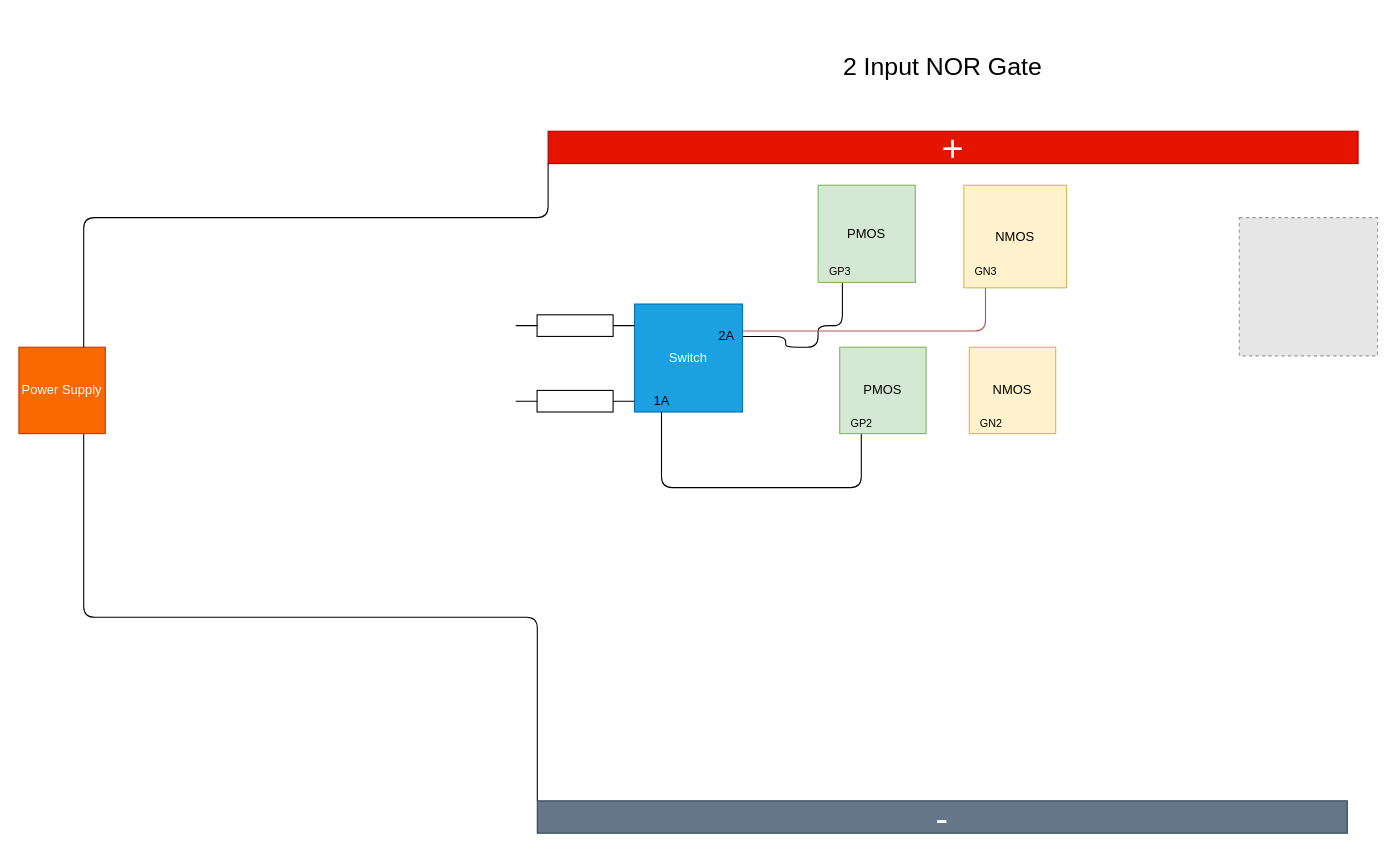
This is page "Page-2" (2 of 5) of Untitled Diagram.drawio from jamesma123/freeCodeCamp, a draw.io file, before an edit. Source tidied: cells renumbered, new cells numbered last; positions are measured from the earlier drawing's top-left corner, leaving out a move shared by most shapes. Both pictures are drawn from the tidied source at 108%, with x=0, y=0 at pixel (18, 55). Pictures stored in the file or linked from it are replaced by grey dashed boxes.
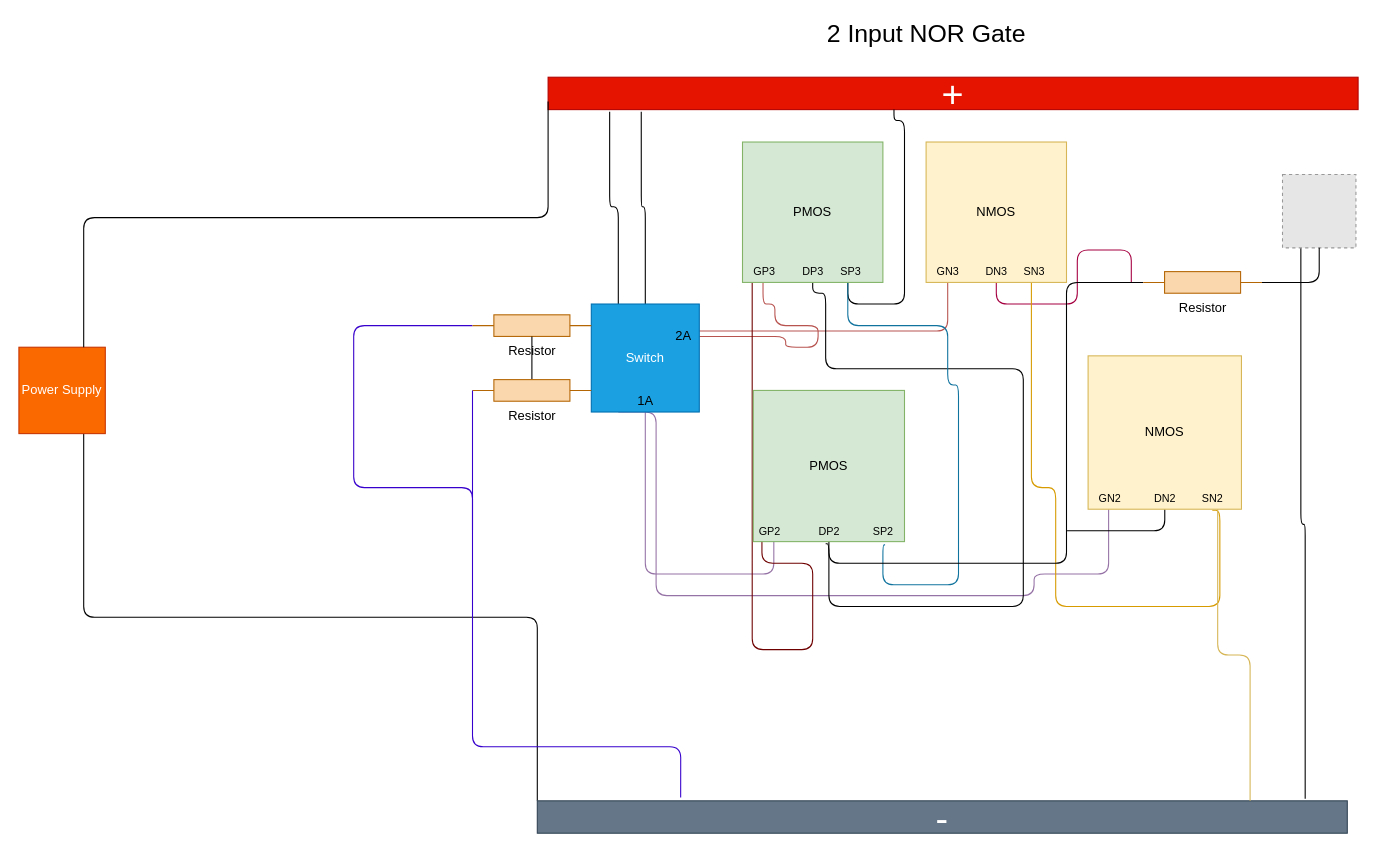
Above is the later version.

The change refers to these unchanged cells:
```xml
<mxCell id="4" value="Power Supply" style="whiteSpace=wrap;html=1;labelBackgroundColor=none;fillColor=#fa6800;strokeColor=#C73500;fontColor=#ffffff;" parent="1" vertex="1">
  <mxGeometry y="270" width="80" height="80" as="geometry" />
</mxCell>
<mxCell id="5" value="&lt;font style=&quot;font-size: 35px&quot;&gt;-&lt;/font&gt;" style="rounded=0;whiteSpace=wrap;html=1;fillColor=#647687;strokeColor=#314354;fontColor=#ffffff;" parent="1" vertex="1">
  <mxGeometry x="480" y="690" width="750" height="30" as="geometry" />
</mxCell>
```

What changed in the source:
```diff
@@
     <mxCell id="2" value="&lt;font style=&quot;font-size: 23px&quot;&gt;2 Input NOR Gate&lt;/font&gt;" style="text;html=1;align=center;verticalAlign=middle;fillColor=none;strokeColor=none;rounded=0;labelBackgroundColor=none;" parent="1" vertex="1">
-      <mxGeometry x="755" width="200" height="20" as="geometry" />
+      <mxGeometry x="740" y="-30" width="200" height="20" as="geometry" />
     </mxCell>
@@
     <mxCell id="6" value="&lt;span style=&quot;font-size: 35px&quot;&gt;+&lt;/span&gt;" style="rounded=0;whiteSpace=wrap;html=1;fillColor=#e51400;strokeColor=#B20000;fontColor=#ffffff;" parent="1" vertex="1">
-      <mxGeometry x="490" y="70" width="750" height="30" as="geometry" />
+      <mxGeometry x="490" y="20" width="750" height="30" as="geometry" />
     </mxCell>
-    <mxCell id="7" style="edgeStyle=elbowEdgeStyle;rounded=1;jettySize=auto;elbow=vertical;html=1;exitX=0.25;exitY=1;exitDx=0;exitDy=0;endArrow=none;endFill=0;entryX=0.25;entryY=1;entryDx=0;entryDy=0;" parent="1" edge="1" source="10" target="15">
+    <mxCell id="7" style="edgeStyle=elbowEdgeStyle;rounded=1;jettySize=auto;elbow=vertical;html=1;exitX=0.5;exitY=1;exitDx=0;exitDy=0;endArrow=none;endFill=0;fillColor=#e1d5e7;strokeColor=#9673a6;" parent="1" edge="1" source="10">
       <mxGeometry relative="1" as="geometry">
+        <mxPoint x="699" y="450" as="targetPoint" />
         <Array as="points">
-          <mxPoint x="670" y="400" />
+          <mxPoint x="680" y="480" />
+          <mxPoint x="650" y="470" />
         </Array>
       </mxGeometry>
     </mxCell>
-    <mxCell id="8" style="edgeStyle=orthogonalEdgeStyle;rounded=1;jettySize=auto;elbow=vertical;html=1;endArrow=none;endFill=0;exitX=1;exitY=0.5;exitDx=0;exitDy=0;exitPerimeter=0;entryX=0.25;entryY=1;entryDx=0;entryDy=0;" parent="1" edge="1" source="12" target="13">
+    <mxCell id="8" style="edgeStyle=orthogonalEdgeStyle;rounded=1;jettySize=auto;elbow=vertical;html=1;endArrow=none;endFill=0;exitX=1;exitY=0.5;exitDx=0;exitDy=0;exitPerimeter=0;fillColor=#f8cecc;strokeColor=#b85450;" parent="1" edge="1" source="12">
       <mxGeometry relative="1" as="geometry">
+        <mxPoint x="689" y="210" as="targetPoint" />
         <Array as="points">
           <mxPoint x="710" y="260" />
           <mxPoint x="710" y="270" />
           <mxPoint x="740" y="270" />
           <mxPoint x="740" y="250" />
-          <mxPoint x="763" y="250" />
+          <mxPoint x="700" y="250" />
+          <mxPoint x="700" y="230" />
+          <mxPoint x="689" y="230" />
         </Array>
       </mxGeometry>
     </mxCell>
@@
+    <mxCell id="25" style="edgeStyle=orthogonalEdgeStyle;rounded=1;jettySize=auto;html=1;exitX=0.25;exitY=1;exitDx=0;exitDy=0;endArrow=none;endFill=0;fillColor=#e1d5e7;strokeColor=#9673a6;" parent="1" edge="1" source="10">
+      <mxGeometry relative="1" as="geometry">
+        <mxPoint x="1009" y="420" as="targetPoint" />
+        <Array as="points">
+          <mxPoint x="590" y="330" />
+          <mxPoint x="590" y="500" />
+          <mxPoint x="940" y="500" />
+          <mxPoint x="940" y="480" />
+          <mxPoint x="1009" y="480" />
+        </Array>
+      </mxGeometry>
+    </mxCell>
+    <mxCell id="26" style="edgeStyle=orthogonalEdgeStyle;rounded=1;jettySize=auto;html=1;exitX=0.25;exitY=0;exitDx=0;exitDy=0;entryX=0.076;entryY=1.067;entryDx=0;entryDy=0;entryPerimeter=0;endArrow=none;endFill=0;" parent="1" edge="1" source="10" target="6">
+      <mxGeometry relative="1" as="geometry" />
+    </mxCell>
+    <mxCell id="27" style="edgeStyle=orthogonalEdgeStyle;rounded=1;jettySize=auto;html=1;exitX=0.5;exitY=0;exitDx=0;exitDy=0;endArrow=none;endFill=0;entryX=0.115;entryY=1.067;entryDx=0;entryDy=0;entryPerimeter=0;" parent="1" edge="1" source="10" target="6">
+      <mxGeometry relative="1" as="geometry" />
+    </mxCell>
     <mxCell id="10" value="Switch" style="whiteSpace=wrap;html=1;labelBackgroundColor=none;fillColor=#1ba1e2;strokeColor=#006EAF;fontColor=#ffffff;" parent="1" vertex="1">
-      <mxGeometry x="570" y="230" width="100" height="100" as="geometry" />
+      <mxGeometry x="530" y="230" width="100" height="100" as="geometry" />
     </mxCell>
     <mxCell id="11" value="1A" style="text;html=1;align=center;verticalAlign=middle;fillColor=none;strokeColor=none;rounded=0;labelBackgroundColor=none;" parent="1" vertex="1">
-      <mxGeometry x="580" y="310" width="30" height="20" as="geometry" />
+      <mxGeometry x="565" y="310" width="30" height="20" as="geometry" />
     </mxCell>
     <mxCell id="12" value="2A" style="text;html=1;align=center;verticalAlign=middle;points=[];fillColor=none;strokeColor=none;rounded=0;labelBackgroundColor=none;" parent="1" vertex="1">
-      <mxGeometry x="640" y="250" width="30" height="20" as="geometry" />
+      <mxGeometry x="600" y="250" width="30" height="20" as="geometry" />
     </mxCell>
+    <mxCell id="28" style="edgeStyle=orthogonalEdgeStyle;rounded=1;jettySize=auto;html=1;exitX=0.75;exitY=1;exitDx=0;exitDy=0;entryX=0.427;entryY=1;entryDx=0;entryDy=0;entryPerimeter=0;endArrow=none;endFill=0;" parent="1" edge="1" source="13" target="6">
+      <mxGeometry relative="1" as="geometry" />
+    </mxCell>
+    <mxCell id="29" style="edgeStyle=orthogonalEdgeStyle;rounded=1;jettySize=auto;html=1;exitX=0.069;exitY=1;exitDx=0;exitDy=0;endArrow=none;endFill=0;entryX=0.325;entryY=0.95;entryDx=0;entryDy=0;entryPerimeter=0;fillColor=#a20025;strokeColor=#6F0000;exitPerimeter=0;" parent="1" edge="1" source="13" target="21">
+      <mxGeometry relative="1" as="geometry">
+        <Array as="points">
+          <mxPoint x="679" y="550" />
+          <mxPoint x="735" y="550" />
+          <mxPoint x="735" y="470" />
+          <mxPoint x="688" y="470" />
+        </Array>
+      </mxGeometry>
+    </mxCell>
+    <mxCell id="30" style="edgeStyle=orthogonalEdgeStyle;rounded=1;jettySize=auto;html=1;exitX=0.5;exitY=1;exitDx=0;exitDy=0;endArrow=none;endFill=0;" parent="1" edge="1" source="13">
+      <mxGeometry relative="1" as="geometry">
+        <mxPoint x="747" y="452" as="targetPoint" />
+        <Array as="points">
+          <mxPoint x="735" y="220" />
+          <mxPoint x="747" y="220" />
+          <mxPoint x="747" y="290" />
+          <mxPoint x="930" y="290" />
+          <mxPoint x="930" y="510" />
+          <mxPoint x="750" y="510" />
+          <mxPoint x="750" y="452" />
+        </Array>
+      </mxGeometry>
+    </mxCell>
+    <mxCell id="31" style="edgeStyle=orthogonalEdgeStyle;rounded=1;jettySize=auto;html=1;exitX=0.75;exitY=1;exitDx=0;exitDy=0;endArrow=none;endFill=0;entryX=0.567;entryY=1.15;entryDx=0;entryDy=0;entryPerimeter=0;fillColor=#b1ddf0;strokeColor=#10739e;" parent="1" edge="1" source="13" target="44">
+      <mxGeometry relative="1" as="geometry">
+        <Array as="points">
+          <mxPoint x="768" y="250" />
+          <mxPoint x="860" y="250" />
+          <mxPoint x="860" y="305" />
+          <mxPoint x="870" y="305" />
+          <mxPoint x="870" y="490" />
+          <mxPoint x="800" y="490" />
+          <mxPoint x="800" y="453" />
+        </Array>
+      </mxGeometry>
+    </mxCell>
     <mxCell id="13" value="PMOS" style="whiteSpace=wrap;html=1;labelBackgroundColor=none;fillColor=#d5e8d4;strokeColor=#82b366;" parent="1" vertex="1">
-      <mxGeometry x="740" y="120" width="90" height="90" as="geometry" />
+      <mxGeometry x="670" y="80" width="130" height="130" as="geometry" />
     </mxCell>
+    <mxCell id="32" style="edgeStyle=orthogonalEdgeStyle;rounded=1;jettySize=auto;html=1;exitX=0.5;exitY=1;exitDx=0;exitDy=0;endArrow=none;endFill=0;fillColor=#d80073;strokeColor=#A50040;" parent="1" edge="1" source="14">
+      <mxGeometry relative="1" as="geometry">
+        <mxPoint x="1030" y="210" as="targetPoint" />
+        <Array as="points">
+          <mxPoint x="905" y="230" />
+          <mxPoint x="980" y="230" />
+          <mxPoint x="980" y="180" />
+          <mxPoint x="1030" y="180" />
+        </Array>
+      </mxGeometry>
+    </mxCell>
+    <mxCell id="33" style="edgeStyle=orthogonalEdgeStyle;rounded=1;jettySize=auto;html=1;exitX=0.75;exitY=1;exitDx=0;exitDy=0;endArrow=none;endFill=0;entryX=0.5;entryY=1.05;entryDx=0;entryDy=0;entryPerimeter=0;fillColor=#ffcd28;strokeColor=#d79b00;gradientColor=#ffa500;" parent="1" edge="1" source="14" target="46">
+      <mxGeometry relative="1" as="geometry">
+        <Array as="points">
+          <mxPoint x="938" y="400" />
+          <mxPoint x="960" y="400" />
+          <mxPoint x="960" y="510" />
+          <mxPoint x="1112" y="510" />
+          <mxPoint x="1112" y="421" />
+        </Array>
+      </mxGeometry>
+    </mxCell>
     <mxCell id="14" value="NMOS" style="whiteSpace=wrap;html=1;labelBackgroundColor=none;fillColor=#fff2cc;strokeColor=#d6b656;" parent="1" vertex="1">
-      <mxGeometry x="875" y="120" width="95" height="95" as="geometry" />
+      <mxGeometry x="840" y="80" width="130" height="130" as="geometry" />
     </mxCell>
+    <mxCell id="34" style="edgeStyle=orthogonalEdgeStyle;rounded=1;jettySize=auto;html=1;exitX=0.5;exitY=1;exitDx=0;exitDy=0;endArrow=none;endFill=0;entryX=0;entryY=0.5;entryDx=0;entryDy=0;entryPerimeter=0;" parent="1" edge="1" source="15" target="50">
+      <mxGeometry relative="1" as="geometry">
+        <Array as="points">
+          <mxPoint x="750" y="470" />
+          <mxPoint x="970" y="470" />
+          <mxPoint x="970" y="210" />
+        </Array>
+      </mxGeometry>
+    </mxCell>
     <mxCell id="15" value="PMOS" style="whiteSpace=wrap;html=1;labelBackgroundColor=none;fillColor=#d5e8d4;strokeColor=#82b366;" parent="1" vertex="1">
-      <mxGeometry x="760" y="270" width="80" height="80" as="geometry" />
+      <mxGeometry x="680" y="310" width="140" height="140" as="geometry" />
     </mxCell>
+    <mxCell id="35" style="edgeStyle=orthogonalEdgeStyle;rounded=1;jettySize=auto;html=1;entryX=0.88;entryY=0;entryDx=0;entryDy=0;entryPerimeter=0;endArrow=none;endFill=0;exitX=0.845;exitY=1;exitDx=0;exitDy=0;exitPerimeter=0;fillColor=#fff2cc;strokeColor=#d6b656;" parent="1" edge="1" source="16" target="5">
+      <mxGeometry relative="1" as="geometry" />
+    </mxCell>
+    <mxCell id="36" style="edgeStyle=orthogonalEdgeStyle;rounded=1;jettySize=auto;html=1;exitX=0.5;exitY=1;exitDx=0;exitDy=0;endArrow=none;endFill=0;" parent="1" edge="1" source="16">
+      <mxGeometry relative="1" as="geometry">
+        <mxPoint x="970" y="440" as="targetPoint" />
+      </mxGeometry>
+    </mxCell>
     <mxCell id="16" value="NMOS" style="whiteSpace=wrap;html=1;labelBackgroundColor=none;fillColor=#fff2cc;strokeColor=#d6b656;" parent="1" vertex="1">
-      <mxGeometry x="880" y="270" width="80" height="80" as="geometry" />
+      <mxGeometry x="990" y="278" width="142" height="142" as="geometry" />
     </mxCell>
+    <mxCell id="37" style="edgeStyle=orthogonalEdgeStyle;rounded=1;jettySize=auto;html=1;exitX=0.25;exitY=1;exitDx=0;exitDy=0;entryX=0.948;entryY=-0.067;entryDx=0;entryDy=0;entryPerimeter=0;endArrow=none;endFill=0;" parent="1" edge="1" source="17" target="5">
+      <mxGeometry relative="1" as="geometry" />
+    </mxCell>
     <mxCell id="17" style="fillColor=#E6E6E6;strokeColor=#999999;dashed=1;html=1;verticalAlign=top;verticalLabelPosition=bottom;labelBackgroundColor=#ffffff;" parent="1" vertex="1">
-      <mxGeometry x="1130" y="150" width="128" height="128" as="geometry" />
+      <mxGeometry x="1170" y="110" width="68" height="68" as="geometry" />
     </mxCell>
-    <mxCell id="18" style="verticalLabelPosition=bottom;shadow=0;dashed=0;align=center;html=1;verticalAlign=top;shape=mxgraph.electrical.resistors.resistor_1;labelBackgroundColor=none;fillColor=#ffffff;gradientColor=none;" parent="1" vertex="1">
-      <mxGeometry x="460" y="310" width="110" height="20" as="geometry" />
-    </mxCell>
+    <mxCell id="38" style="edgeStyle=orthogonalEdgeStyle;rounded=1;jettySize=auto;html=1;exitX=0;exitY=0.5;exitDx=0;exitDy=0;exitPerimeter=0;endArrow=none;endFill=0;fillColor=#6a00ff;strokeColor=#3700CC;" parent="1" edge="1" source="19">
+      <mxGeometry relative="1" as="geometry">
+        <mxPoint x="420" y="440" as="targetPoint" />
+        <Array as="points">
+          <mxPoint x="310" y="250" />
+          <mxPoint x="310" y="400" />
+          <mxPoint x="420" y="400" />
+        </Array>
+      </mxGeometry>
+    </mxCell>
-    <mxCell id="19" style="verticalLabelPosition=bottom;shadow=0;dashed=0;align=center;html=1;verticalAlign=top;shape=mxgraph.electrical.resistors.resistor_1;labelBackgroundColor=none;fillColor=#ffffff;gradientColor=none;" parent="1" vertex="1">
-      <mxGeometry x="460" y="240" width="110" height="20" as="geometry" />
+    <mxCell id="19" value="Resistor" style="verticalLabelPosition=bottom;shadow=0;dashed=0;align=center;html=1;verticalAlign=top;shape=mxgraph.electrical.resistors.resistor_1;labelBackgroundColor=none;fillColor=#fad7ac;strokeColor=#b46504;" parent="1" vertex="1">
+      <mxGeometry x="420" y="240" width="110" height="20" as="geometry" />
     </mxCell>
     <mxCell id="20" value="&lt;font style=&quot;font-size: 10px&quot;&gt;GP3&lt;/font&gt;" style="text;html=1;align=center;verticalAlign=middle;fillColor=none;strokeColor=none;rounded=0;labelBackgroundColor=none;" parent="1" vertex="1">
-      <mxGeometry x="740" y="190" width="40" height="20" as="geometry" />
+      <mxGeometry x="670" y="190" width="40" height="20" as="geometry" />
     </mxCell>
     <mxCell id="21" value="&lt;font style=&quot;font-size: 10px&quot;&gt;GP2&lt;/font&gt;" style="text;html=1;align=center;verticalAlign=middle;points=[];fillColor=none;strokeColor=none;rounded=0;labelBackgroundColor=none;" parent="1" vertex="1">
-      <mxGeometry x="760" y="330" width="40" height="20" as="geometry" />
+      <mxGeometry x="675" y="430" width="40" height="20" as="geometry" />
     </mxCell>
-    <mxCell id="22" style="edgeStyle=elbowEdgeStyle;rounded=1;jettySize=auto;elbow=vertical;html=1;exitX=0.75;exitY=0;exitDx=0;exitDy=0;endArrow=none;endFill=0;" parent="1" edge="1" source="4">
+    <mxCell id="22" style="edgeStyle=elbowEdgeStyle;rounded=1;jettySize=auto;elbow=vertical;html=1;exitX=0.75;exitY=0;exitDx=0;exitDy=0;endArrow=none;endFill=0;entryX=0;entryY=0.75;entryDx=0;entryDy=0;" parent="1" edge="1" source="4" target="6">
       <mxGeometry relative="1" as="geometry">
-        <mxPoint x="490" y="100" as="targetPoint" />
         <Array as="points">
           <mxPoint x="230" y="150" />
           <mxPoint x="520" y="280" />
         </Array>
       </mxGeometry>
     </mxCell>
     <mxCell id="23" value="&lt;font style=&quot;font-size: 10px&quot;&gt;GN3&lt;/font&gt;" style="text;html=1;align=center;verticalAlign=middle;points=[];fillColor=none;strokeColor=none;rounded=0;labelBackgroundColor=none;" parent="1" vertex="1">
-      <mxGeometry x="875" y="190" width="40" height="20" as="geometry" />
+      <mxGeometry x="840" y="190" width="40" height="20" as="geometry" />
     </mxCell>
     <mxCell id="24" value="&lt;font style=&quot;font-size: 10px&quot;&gt;GN2&lt;/font&gt;" style="text;html=1;align=center;verticalAlign=middle;fillColor=none;strokeColor=none;rounded=0;labelBackgroundColor=none;" parent="1" vertex="1">
-      <mxGeometry x="880" y="330" width="40" height="20" as="geometry" />
+      <mxGeometry x="990" y="400" width="40" height="20" as="geometry" />
     </mxCell>
+    <mxCell id="39" value="&lt;font style=&quot;font-size: 10px&quot;&gt;DP3&lt;/font&gt;" style="text;html=1;align=center;verticalAlign=middle;fillColor=none;strokeColor=none;rounded=0;labelBackgroundColor=none;" parent="1" vertex="1">
+      <mxGeometry x="720" y="190" width="30" height="20" as="geometry" />
+    </mxCell>
+    <mxCell id="40" value="&lt;font style=&quot;font-size: 10px&quot;&gt;SP3&lt;/font&gt;" style="text;html=1;align=center;verticalAlign=middle;fillColor=none;strokeColor=none;rounded=0;labelBackgroundColor=none;" parent="1" vertex="1">
+      <mxGeometry x="755" y="190" width="30" height="20" as="geometry" />
+    </mxCell>
+    <mxCell id="41" value="&lt;font style=&quot;font-size: 10px&quot;&gt;DN3&lt;/font&gt;" style="text;html=1;align=center;verticalAlign=middle;fillColor=none;strokeColor=none;rounded=0;labelBackgroundColor=none;" parent="1" vertex="1">
+      <mxGeometry x="885" y="190" width="40" height="20" as="geometry" />
+    </mxCell>
+    <mxCell id="42" value="&lt;font style=&quot;font-size: 10px&quot;&gt;SN3&lt;/font&gt;" style="text;html=1;align=center;verticalAlign=middle;fillColor=none;strokeColor=none;rounded=0;labelBackgroundColor=none;" parent="1" vertex="1">
+      <mxGeometry x="925" y="190" width="30" height="20" as="geometry" />
+    </mxCell>
+    <mxCell id="43" value="&lt;font style=&quot;font-size: 10px&quot;&gt;DP2&lt;/font&gt;" style="text;html=1;align=center;verticalAlign=middle;fillColor=none;strokeColor=none;rounded=0;labelBackgroundColor=none;" parent="1" vertex="1">
+      <mxGeometry x="735" y="430" width="30" height="20" as="geometry" />
+    </mxCell>
+    <mxCell id="44" value="&lt;font style=&quot;font-size: 10px&quot;&gt;SP2&lt;/font&gt;" style="text;html=1;align=center;verticalAlign=middle;points=[];fillColor=none;strokeColor=none;rounded=0;labelBackgroundColor=none;" parent="1" vertex="1">
+      <mxGeometry x="785" y="430" width="30" height="20" as="geometry" />
+    </mxCell>
+    <mxCell id="45" value="&lt;font style=&quot;font-size: 10px&quot;&gt;DN2&lt;/font&gt;" style="text;html=1;align=center;verticalAlign=middle;fillColor=none;strokeColor=none;rounded=0;labelBackgroundColor=none;" parent="1" vertex="1">
+      <mxGeometry x="1041" y="400" width="40" height="20" as="geometry" />
+    </mxCell>
+    <mxCell id="46" value="&lt;font style=&quot;font-size: 10px&quot;&gt;SN2&lt;/font&gt;" style="text;html=1;align=center;verticalAlign=middle;points=[];fillColor=none;strokeColor=none;rounded=0;labelBackgroundColor=none;" parent="1" vertex="1">
+      <mxGeometry x="1090" y="400" width="30" height="20" as="geometry" />
+    </mxCell>
+    <mxCell id="47" style="edgeStyle=orthogonalEdgeStyle;rounded=1;jettySize=auto;html=1;endArrow=none;endFill=0;" parent="1" edge="1" source="18" target="19">
+      <mxGeometry relative="1" as="geometry" />
+    </mxCell>
+    <mxCell id="18" value="Resistor" style="verticalLabelPosition=bottom;shadow=0;dashed=0;align=center;html=1;verticalAlign=top;shape=mxgraph.electrical.resistors.resistor_1;labelBackgroundColor=none;fillColor=#fad7ac;strokeColor=#b46504;" parent="1" vertex="1">
+      <mxGeometry x="420" y="300" width="110" height="20" as="geometry" />
+    </mxCell>
+    <mxCell id="48" style="endArrow=none;html=1;edgeStyle=orthogonalEdgeStyle;entryX=0;entryY=0.5;entryDx=0;entryDy=0;entryPerimeter=0;exitX=0.177;exitY=-0.1;exitDx=0;exitDy=0;exitPerimeter=0;fillColor=#6a00ff;strokeColor=#3700CC;" parent="1" edge="1" source="5" target="18">
+      <mxGeometry relative="1" as="geometry">
+        <Array as="points">
+          <mxPoint x="613" y="640" />
+          <mxPoint x="420" y="640" />
+        </Array>
+      </mxGeometry>
+    </mxCell>
+    <mxCell id="49" style="edgeStyle=orthogonalEdgeStyle;rounded=1;jettySize=auto;html=1;endArrow=none;endFill=0;" parent="1" edge="1" source="50" target="17">
+      <mxGeometry relative="1" as="geometry" />
+    </mxCell>
+    <mxCell id="50" value="Resistor" style="verticalLabelPosition=bottom;shadow=0;dashed=0;align=center;html=1;verticalAlign=top;shape=mxgraph.electrical.resistors.resistor_1;labelBackgroundColor=none;fillColor=#fad7ac;strokeColor=#b46504;" parent="1" vertex="1">
+      <mxGeometry x="1041" y="200" width="110" height="20" as="geometry" />
+    </mxCell>
```
